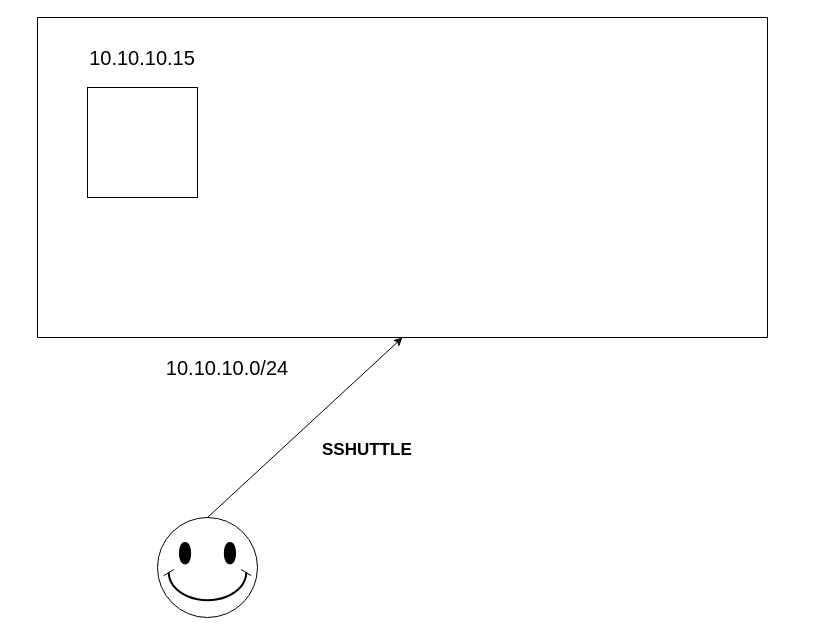
This is Untitled Diagram.drawio from nirzaa/draw.io.nirza, a draw.io file, before an edit. Source tidied: cells renumbered, new cells numbered last; positions are measured from the earlier drawing's top-left corner, leaving out a move shared by most shapes. Both pictures are drawn from the tidied source at 100%, with x=0, y=0 at pixel (37, 17).
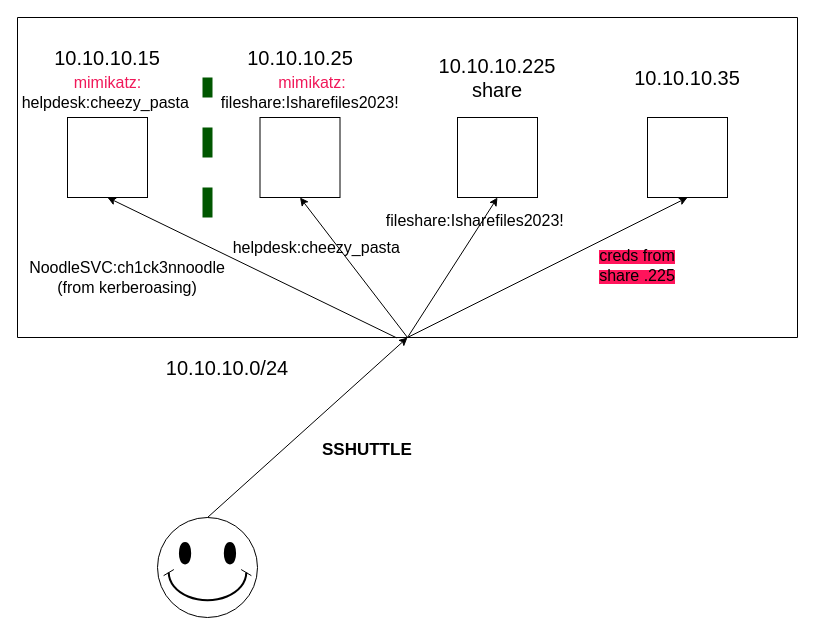
The same diagram, later.

Change to the diagram source:
```diff
@@
     <mxCell id="4" style="swimlane;startSize=0;" parent="1" vertex="1">
-      <mxGeometry width="730" height="320" as="geometry" />
+      <mxGeometry x="-20" width="780" height="320" as="geometry" />
     </mxCell>
     <mxCell id="5" style="whiteSpace=wrap;html=1;" parent="4" vertex="1">
-      <mxGeometry x="50" y="70" width="110" height="110" as="geometry" />
+      <mxGeometry x="50" y="100" width="80" height="80" as="geometry" />
     </mxCell>
     <mxCell id="6" value="&lt;font style=&quot;font-size: 20px;&quot;&gt;10.10.10.15&lt;/font&gt;" style="text;html=1;strokeColor=none;fillColor=none;align=center;verticalAlign=middle;whiteSpace=wrap;rounded=0;" parent="4" vertex="1">
-      <mxGeometry x="25" y="20" width="160" height="40" as="geometry" />
+      <mxGeometry x="10" y="20" width="160" height="40" as="geometry" />
     </mxCell>
+    <mxCell id="9" style="endArrow=classic;html=1;rounded=0;entryX=0.5;entryY=1;entryDx=0;entryDy=0;exitX=0.486;exitY=1.001;exitDx=0;exitDy=0;exitPerimeter=0;" parent="4" edge="1" source="4" target="5">
+      <mxGeometry relative="1" as="geometry" />
+    </mxCell>
+    <mxCell id="10" value="&lt;font style=&quot;font-size: 16px;&quot;&gt;&lt;font style=&quot;font-size: 16px;&quot; color=&quot;#f01859&quot;&gt;mimikatz:&lt;br&gt;&lt;/font&gt;helpdesk:cheezy_pasta&amp;nbsp;&lt;/font&gt;&lt;font color=&quot;#f01859&quot;&gt;&lt;br&gt;&lt;/font&gt;" style="text;html=1;strokeColor=none;fillColor=none;align=center;verticalAlign=middle;whiteSpace=wrap;rounded=0;" parent="4" vertex="1">
+      <mxGeometry x="7.5" y="50" width="165" height="50" as="geometry" />
+    </mxCell>
+    <mxCell id="11" style="whiteSpace=wrap;html=1;" parent="4" vertex="1">
+      <mxGeometry x="242.5" y="100" width="80" height="80" as="geometry" />
+    </mxCell>
+    <mxCell id="12" value="&lt;font style=&quot;font-size: 20px;&quot;&gt;10.10.10.25&lt;/font&gt;" style="text;html=1;strokeColor=none;fillColor=none;align=center;verticalAlign=middle;whiteSpace=wrap;rounded=0;" parent="4" vertex="1">
+      <mxGeometry x="202.5" y="20" width="160" height="40" as="geometry" />
+    </mxCell>
+    <mxCell id="13" style="endArrow=none;dashed=1;html=1;rounded=0;fillColor=#008a00;strokeColor=#005700;strokeWidth=10;" parent="4" edge="1">
+      <mxGeometry relative="1" as="geometry">
+        <mxPoint x="190" y="200" as="sourcePoint" />
+        <mxPoint x="190" y="60" as="targetPoint" />
+      </mxGeometry>
+    </mxCell>
+    <mxCell id="14" value="&lt;font style=&quot;font-size: 16px;&quot;&gt;&lt;font style=&quot;font-size: 16px;&quot; color=&quot;#f01859&quot;&gt;mimikatz:&lt;br&gt;&lt;/font&gt;fileshare:Isharefiles2023!&amp;nbsp;&lt;/font&gt;&lt;font color=&quot;#f01859&quot;&gt;&lt;br&gt;&lt;/font&gt;" style="text;html=1;strokeColor=none;fillColor=none;align=center;verticalAlign=middle;whiteSpace=wrap;rounded=0;" parent="4" vertex="1">
+      <mxGeometry x="200" y="50" width="190" height="50" as="geometry" />
+    </mxCell>
+    <mxCell id="15" style="endArrow=classic;html=1;rounded=0;entryX=0.5;entryY=1;entryDx=0;entryDy=0;exitX=0.5;exitY=1;exitDx=0;exitDy=0;" parent="4" edge="1" source="4" target="11">
+      <mxGeometry relative="1" as="geometry" />
+    </mxCell>
+    <mxCell id="16" value="&lt;font style=&quot;font-size: 16px;&quot;&gt;helpdesk:cheezy_pasta&amp;nbsp;&lt;/font&gt;" style="text;html=1;strokeColor=none;fillColor=none;align=center;verticalAlign=middle;whiteSpace=wrap;rounded=0;" parent="4" vertex="1">
+      <mxGeometry x="203" y="215" width="197" height="30" as="geometry" />
+    </mxCell>
+    <mxCell id="17" value="&lt;font style=&quot;font-size: 16px;&quot;&gt;NoodleSVC:ch1ck3nnoodle&lt;br&gt;(from kerberoasing)&lt;/font&gt;" style="text;html=1;strokeColor=none;fillColor=none;align=center;verticalAlign=middle;whiteSpace=wrap;rounded=0;" parent="4" vertex="1">
+      <mxGeometry y="240" width="220" height="40" as="geometry" />
+    </mxCell>
+    <mxCell id="18" style="whiteSpace=wrap;html=1;" parent="4" vertex="1">
+      <mxGeometry x="440" y="100" width="80" height="80" as="geometry" />
+    </mxCell>
+    <mxCell id="19" value="&lt;font style=&quot;font-size: 20px;&quot;&gt;10.10.10.225 share&lt;/font&gt;" style="text;html=1;strokeColor=none;fillColor=none;align=center;verticalAlign=middle;whiteSpace=wrap;rounded=0;" parent="4" vertex="1">
+      <mxGeometry x="400" y="40" width="160" height="40" as="geometry" />
+    </mxCell>
+    <mxCell id="20" style="endArrow=classic;html=1;rounded=0;entryX=0.5;entryY=1;entryDx=0;entryDy=0;exitX=0.5;exitY=1;exitDx=0;exitDy=0;" parent="4" edge="1" source="4" target="18">
+      <mxGeometry relative="1" as="geometry" />
+    </mxCell>
+    <mxCell id="21" value="&lt;font style=&quot;font-size: 16px;&quot;&gt;fileshare:Isharefiles2023!&amp;nbsp;&lt;/font&gt;" style="text;html=1;strokeColor=none;fillColor=none;align=center;verticalAlign=middle;whiteSpace=wrap;rounded=0;" parent="4" vertex="1">
+      <mxGeometry x="370" y="190" width="180" height="25" as="geometry" />
+    </mxCell>
+    <mxCell id="22" style="whiteSpace=wrap;html=1;" parent="4" vertex="1">
+      <mxGeometry x="630" y="100" width="80" height="80" as="geometry" />
+    </mxCell>
+    <mxCell id="23" value="&lt;font style=&quot;font-size: 20px;&quot;&gt;10.10.10.35&lt;/font&gt;" style="text;html=1;strokeColor=none;fillColor=none;align=center;verticalAlign=middle;whiteSpace=wrap;rounded=0;" parent="4" vertex="1">
+      <mxGeometry x="590" y="40" width="160" height="40" as="geometry" />
+    </mxCell>
+    <mxCell id="24" style="endArrow=classic;html=1;rounded=0;entryX=0.5;entryY=1;entryDx=0;entryDy=0;exitX=0.5;exitY=1;exitDx=0;exitDy=0;" parent="4" edge="1" source="4" target="22">
+      <mxGeometry relative="1" as="geometry" />
+    </mxCell>
+    <mxCell id="25" value="&lt;span style=&quot;background-color: rgb(255, 20, 91);&quot;&gt;&lt;font style=&quot;font-size: 16px;&quot;&gt;creds from share .225&lt;/font&gt;&lt;/span&gt;" style="text;html=1;strokeColor=none;fillColor=none;align=center;verticalAlign=middle;whiteSpace=wrap;rounded=0;" parent="4" vertex="1">
+      <mxGeometry x="570" y="230" width="100" height="35" as="geometry" />
+    </mxCell>
```
